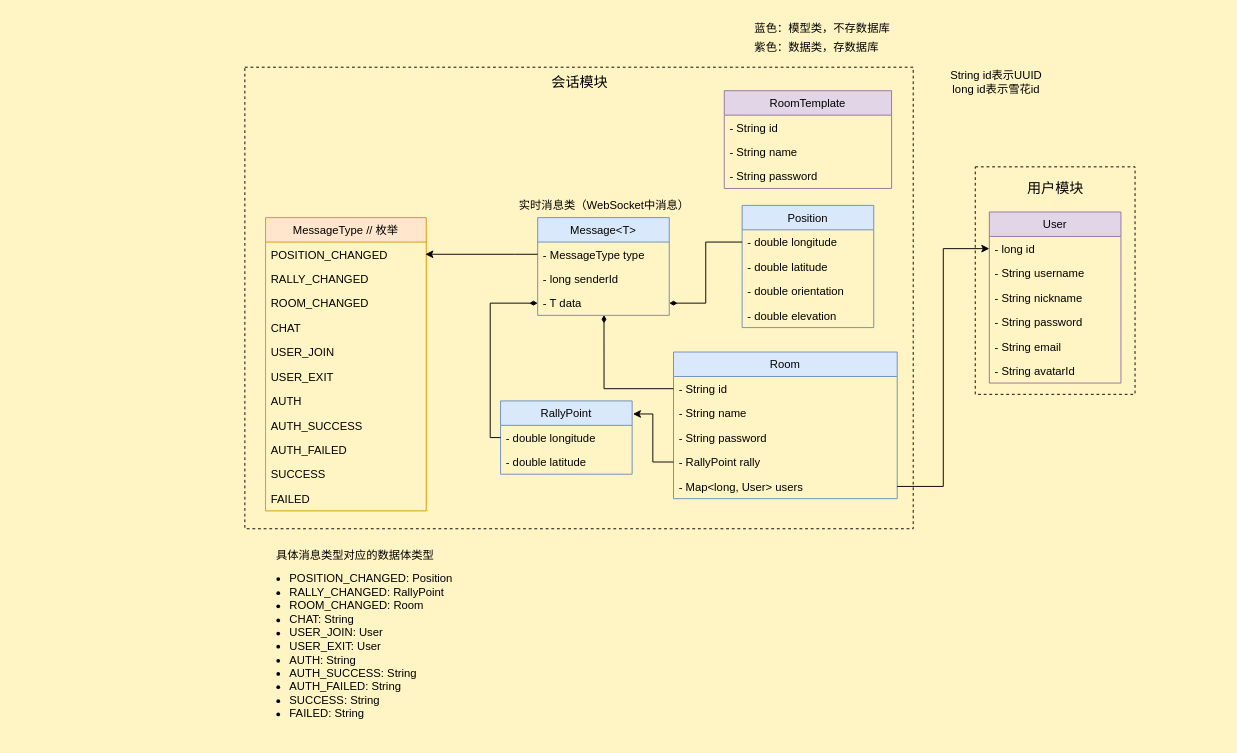
This is page "类图" (1 of 4) of doc/图/findMe-UML.dio from swsk33/find-me-cloud, a draw.io file, before an edit. Source tidied: cells renumbered, new cells numbered last; positions are measured from the earlier drawing's top-left corner, leaving out a move shared by most shapes. Both pictures are drawn from the tidied source at 94%, with x=0, y=0 at pixel (243, 16).
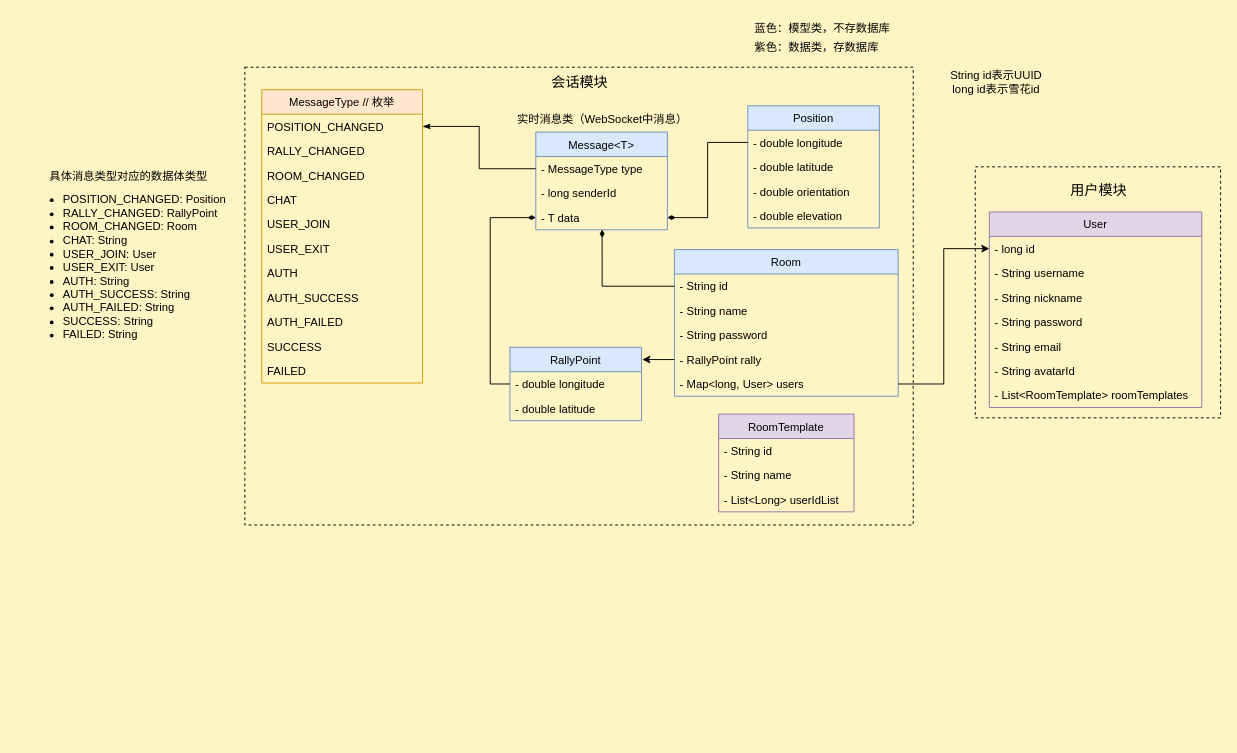
The same diagram, later.

Unchanged cells that the change refers to:
```xml
<mxCell id="29" value="- double longitude" style="text;strokeColor=none;fillColor=none;align=left;verticalAlign=top;spacingLeft=4;spacingRight=4;overflow=hidden;points=[[0,0.5],[1,0.5]];portConstraint=eastwest;" parent="28" vertex="1">
  <mxGeometry y="26" width="140" height="26" as="geometry" />
</mxCell>
<mxCell id="34" value="- MessageType type" style="text;strokeColor=none;fillColor=none;align=left;verticalAlign=top;spacingLeft=4;spacingRight=4;overflow=hidden;points=[[0,0.5],[1,0.5]];portConstraint=eastwest;" parent="33" vertex="1">
  <mxGeometry y="26" width="140" height="26" as="geometry" />
</mxCell>
<mxCell id="36" value="- T data" style="text;strokeColor=none;fillColor=none;align=left;verticalAlign=top;spacingLeft=4;spacingRight=4;overflow=hidden;points=[[0,0.5],[1,0.5]];portConstraint=eastwest;" parent="33" vertex="1">
  <mxGeometry y="78" width="140" height="26" as="geometry" />
</mxCell>
<mxCell id="39" value="POSITION_CHANGED" style="text;strokeColor=none;fillColor=none;align=left;verticalAlign=top;spacingLeft=4;spacingRight=4;overflow=hidden;points=[[0,0.5],[1,0.5]];portConstraint=eastwest;" parent="38" vertex="1">
  <mxGeometry y="26" width="171" height="26" as="geometry" />
</mxCell>
```

Diff of the diagram source:
```diff
@@
     <mxCell id="2" style="rounded=0;whiteSpace=wrap;html=1;fillColor=none;dashed=1;" parent="1" vertex="1">
-      <mxGeometry x="2" y="54" width="711" height="491" as="geometry" />
+      <mxGeometry x="2" y="54" width="711" height="487" as="geometry" />
     </mxCell>
     <mxCell id="3" style="rounded=0;whiteSpace=wrap;html=1;fillColor=none;dashed=1;" parent="1" vertex="1">
-      <mxGeometry x="779" y="160" width="170" height="242" as="geometry" />
+      <mxGeometry x="779" y="160" width="261" height="267" as="geometry" />
     </mxCell>
     <mxCell id="4" value="User" style="swimlane;fontStyle=0;horizontal=1;startSize=26;fillColor=#e1d5e7;strokeColor=#9673a6;" parent="1" vertex="1">
-      <mxGeometry x="794" y="208" width="140" height="182" as="geometry" />
+      <mxGeometry x="794" y="208" width="226" height="208" as="geometry" />
     </mxCell>
     <mxCell id="5" value="- long id" style="text;strokeColor=none;fillColor=none;align=left;verticalAlign=top;spacingLeft=4;spacingRight=4;overflow=hidden;points=[[0,0.5],[1,0.5]];portConstraint=eastwest;" parent="4" vertex="1">
-      <mxGeometry y="26" width="140" height="26" as="geometry" />
+      <mxGeometry y="26" width="226" height="26" as="geometry" />
     </mxCell>
     <mxCell id="6" value="- String username" style="text;strokeColor=none;fillColor=none;align=left;verticalAlign=top;spacingLeft=4;spacingRight=4;overflow=hidden;" parent="4" vertex="1">
-      <mxGeometry y="52" width="140" height="26" as="geometry" />
+      <mxGeometry y="52" width="226" height="26" as="geometry" />
     </mxCell>
     <mxCell id="7" value="- String nickname" style="text;strokeColor=none;fillColor=none;align=left;verticalAlign=top;spacingLeft=4;spacingRight=4;overflow=hidden;" parent="4" vertex="1">
-      <mxGeometry y="78" width="140" height="26" as="geometry" />
+      <mxGeometry y="78" width="226" height="26" as="geometry" />
     </mxCell>
     <mxCell id="8" value="- String password" style="text;strokeColor=none;fillColor=none;align=left;verticalAlign=top;spacingLeft=4;spacingRight=4;overflow=hidden;" parent="4" vertex="1">
-      <mxGeometry y="104" width="140" height="26" as="geometry" />
+      <mxGeometry y="104" width="226" height="26" as="geometry" />
     </mxCell>
     <mxCell id="9" value="- String email" style="text;strokeColor=none;fillColor=none;align=left;verticalAlign=top;spacingLeft=4;spacingRight=4;overflow=hidden;" parent="4" vertex="1">
-      <mxGeometry y="130" width="140" height="26" as="geometry" />
+      <mxGeometry y="130" width="226" height="26" as="geometry" />
     </mxCell>
     <mxCell id="10" value="- String avatarId" style="text;strokeColor=none;fillColor=none;align=left;verticalAlign=top;spacingLeft=4;spacingRight=4;overflow=hidden;" parent="4" vertex="1">
-      <mxGeometry y="156" width="140" height="26" as="geometry" />
+      <mxGeometry y="156" width="226" height="26" as="geometry" />
     </mxCell>
+    <mxCell id="61" value="- List&lt;RoomTemplate&gt; roomTemplates" style="text;strokeColor=none;fillColor=none;align=left;verticalAlign=top;spacingLeft=4;spacingRight=4;overflow=hidden;" parent="4" vertex="1">
+      <mxGeometry y="182" width="226" height="26" as="geometry" />
+    </mxCell>
     <mxCell id="11" value="Position" style="swimlane;fontStyle=0;horizontal=1;startSize=26;fillColor=#dae8fc;strokeColor=#6c8ebf;" parent="1" vertex="1">
-      <mxGeometry x="531" y="201" width="140" height="130" as="geometry" />
+      <mxGeometry x="537" y="95" width="140" height="130" as="geometry" />
     </mxCell>
@@
     <mxCell id="20" value="Room" style="swimlane;fontStyle=0;horizontal=1;startSize=26;fillColor=#dae8fc;strokeColor=#6c8ebf;" parent="1" vertex="1">
-      <mxGeometry x="458" y="357" width="238" height="156" as="geometry" />
+      <mxGeometry x="459" y="248" width="238" height="156" as="geometry" />
     </mxCell>
@@
     <mxCell id="26" value="&lt;font style=&quot;font-size: 15px;&quot;&gt;用户模块&lt;/font&gt;" style="text;html=1;align=center;verticalAlign=middle;strokeColor=none;fillColor=none;" parent="1" vertex="1">
-      <mxGeometry x="825" y="167" width="78" height="30" as="geometry" />
+      <mxGeometry x="870.5" y="169" width="78" height="30" as="geometry" />
     </mxCell>
@@
     <mxCell id="28" value="RallyPoint" style="swimlane;fontStyle=0;horizontal=1;startSize=26;fillColor=#dae8fc;strokeColor=#6c8ebf;" parent="1" vertex="1">
-      <mxGeometry x="274" y="409" width="140" height="78" as="geometry" />
+      <mxGeometry x="284" y="352" width="140" height="78" as="geometry" />
     </mxCell>
@@
     <mxCell id="33" value="Message&lt;T&gt;" style="swimlane;fontStyle=0;horizontal=1;startSize=26;fillColor=#dae8fc;strokeColor=#6c8ebf;" parent="1" vertex="1">
-      <mxGeometry x="313.5" y="214" width="140" height="104" as="geometry" />
+      <mxGeometry x="311.5" y="123" width="140" height="104" as="geometry" />
     </mxCell>
@@
     <mxCell id="37" value="实时消息类（WebSocket中消息）" style="text;html=1;align=center;verticalAlign=middle;strokeColor=none;fillColor=none;" parent="1" vertex="1">
-      <mxGeometry x="284" y="188" width="199" height="26" as="geometry" />
+      <mxGeometry x="282" y="97" width="199" height="26" as="geometry" />
     </mxCell>
     <mxCell id="38" value="MessageType // 枚举" style="swimlane;fontStyle=0;horizontal=1;startSize=26;fillColor=#ffe6cc;strokeColor=#d79b00;" parent="1" vertex="1">
-      <mxGeometry x="24" y="214" width="171" height="312" as="geometry" />
+      <mxGeometry x="20" y="78" width="171" height="312" as="geometry" />
     </mxCell>
@@
-    <mxCell id="50" style="edgeStyle=orthogonalEdgeStyle;rounded=0;jettySize=auto;html=1;exitX=0;exitY=0.5;exitDx=0;exitDy=0;fontColor=default;" parent="1" edge="1" source="34">
-      <mxGeometry relative="1" as="geometry">
-        <mxPoint x="194" y="253" as="targetPoint" />
-        <Array as="points">
-          <mxPoint x="289" y="253" />
-          <mxPoint x="289" y="253" />
-        </Array>
-      </mxGeometry>
-    </mxCell>
@@
     <mxCell id="52" style="edgeStyle=orthogonalEdgeStyle;rounded=0;jettySize=auto;html=1;exitX=0;exitY=0.5;exitDx=0;exitDy=0;entryX=0;entryY=0.5;entryDx=0;entryDy=0;endArrow=diamondThin;endFill=1;" parent="1" edge="1" source="29" target="36">
       <mxGeometry relative="1" as="geometry">
         <Array as="points">
-          <mxPoint x="263" y="448" />
-          <mxPoint x="263" y="305" />
+          <mxPoint x="263" y="391" />
+          <mxPoint x="263" y="214" />
         </Array>
       </mxGeometry>
     </mxCell>
@@
     <mxCell id="54" style="group;" parent="1" vertex="1">
-      <mxGeometry y="561" width="231" height="206" as="geometry" />
+      <mxGeometry x="-241" y="158" width="231" height="206" as="geometry" />
     </mxCell>
@@
     <mxCell id="57" value="RoomTemplate" style="swimlane;fontStyle=0;horizontal=1;startSize=26;fillColor=#e1d5e7;strokeColor=#9673a6;" parent="1" vertex="1">
-      <mxGeometry x="512" y="79" width="178" height="104" as="geometry" />
+      <mxGeometry x="506" y="423" width="144" height="104" as="geometry" />
     </mxCell>
     <mxCell id="58" value="- String id" style="text;strokeColor=none;fillColor=none;align=left;verticalAlign=top;spacingLeft=4;spacingRight=4;overflow=hidden;" parent="57" vertex="1">
-      <mxGeometry y="26" width="178" height="26" as="geometry" />
+      <mxGeometry y="26" width="144" height="26" as="geometry" />
     </mxCell>
     <mxCell id="59" value="- String name" style="text;strokeColor=none;fillColor=none;align=left;verticalAlign=top;spacingLeft=4;spacingRight=4;overflow=hidden;" parent="57" vertex="1">
-      <mxGeometry y="52" width="178" height="26" as="geometry" />
+      <mxGeometry y="52" width="144" height="26" as="geometry" />
     </mxCell>
-    <mxCell id="60" value="- String password" style="text;strokeColor=none;fillColor=none;align=left;verticalAlign=top;spacingLeft=4;spacingRight=4;overflow=hidden;" parent="57" vertex="1">
-      <mxGeometry y="78" width="178" height="26" as="geometry" />
-    </mxCell>
+    <mxCell id="62" value="- List&lt;Long&gt; userIdList" style="text;strokeColor=none;fillColor=none;align=left;verticalAlign=top;spacingLeft=4;spacingRight=4;overflow=hidden;" parent="57" vertex="1">
+      <mxGeometry y="78" width="144" height="26" as="geometry" />
+    </mxCell>
+    <mxCell id="63" style="edgeStyle=orthogonalEdgeStyle;rounded=0;jettySize=auto;html=1;exitX=0;exitY=0.5;exitDx=0;exitDy=0;entryX=1;entryY=0.5;entryDx=0;entryDy=0;endArrow=classicThin;endFill=1;" parent="1" edge="1" source="34" target="39">
+      <mxGeometry relative="1" as="geometry" />
+    </mxCell>
```
